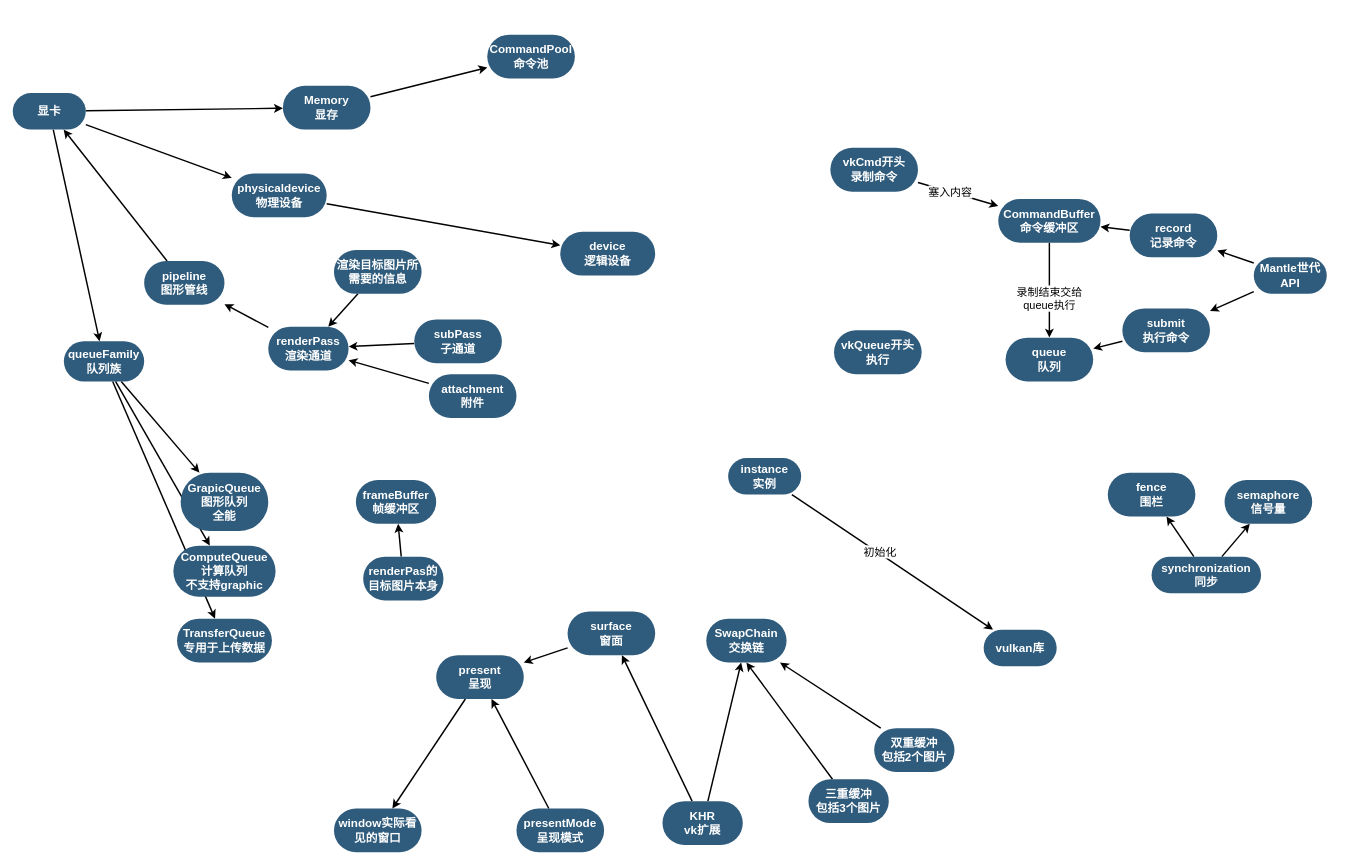
unphics/vulkan_tutorial_note keeps this draw.io diagram as LearningVulkan/LearningVulkan/vulkan.drawio. Above is the earlier version. Source tidied: cells renumbered, new cells numbered last; positions are measured from the earlier drawing's top-left corner, leaving out a move shared by most shapes. Both pictures are drawn from the tidied source at 73%, with x=0, y=0 at pixel (12, 34).
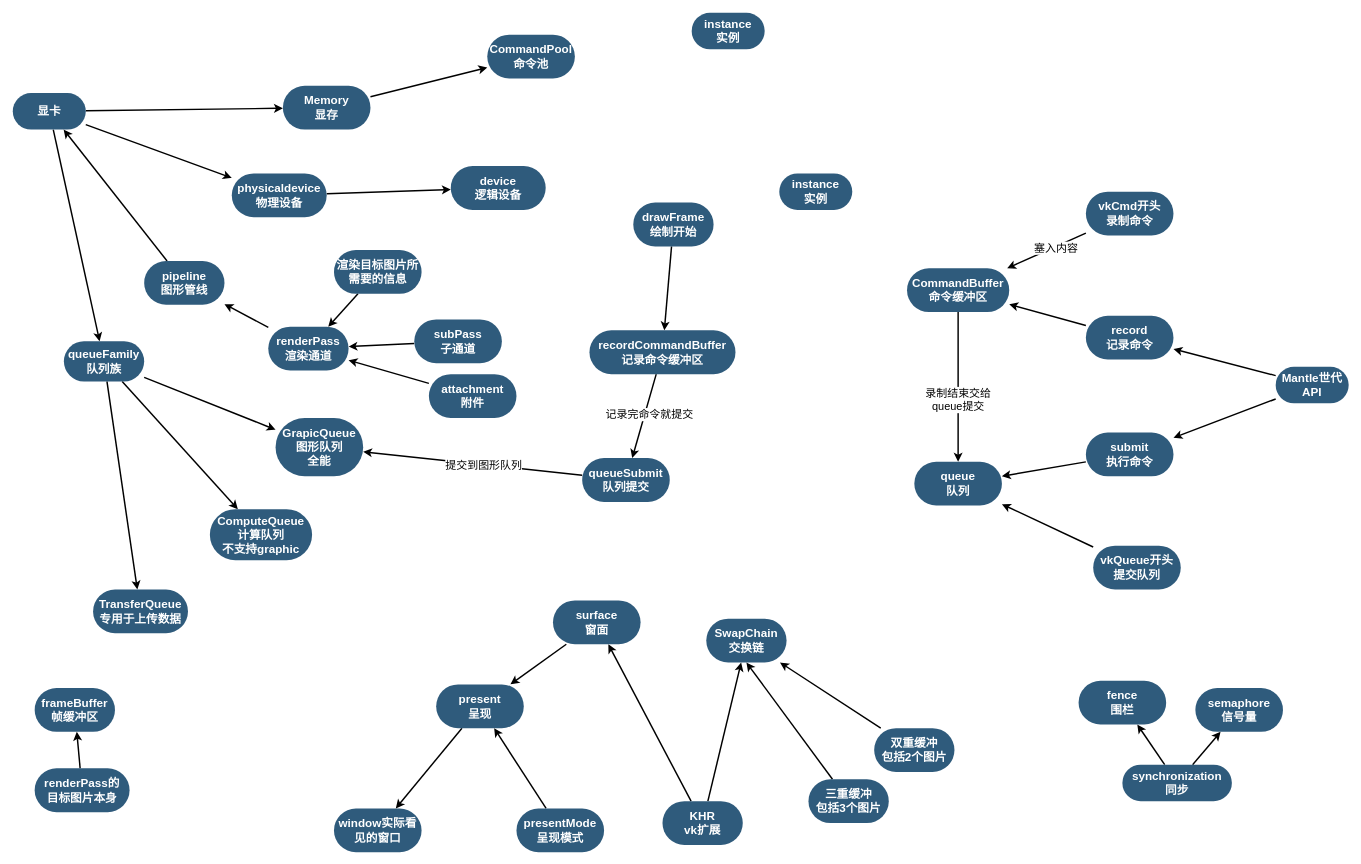
The same page after the edit.

The change refers to these unchanged cells:
```xml
<mxCell id="19" style="edgeStyle=none;rounded=0;jettySize=auto;html=1;fontSize=15;strokeWidth=2;" parent="1" edge="1" source="21" target="22">
  <mxGeometry relative="1" as="geometry" />
</mxCell>
```

Diff of the diagram source:
```diff
@@
-    <mxCell id="2" style="edgeStyle=none;rounded=0;jettySize=auto;html=1;strokeWidth=2;fontSize=15;" parent="1" edge="1" source="4" target="60">
-      <mxGeometry relative="1" as="geometry" />
-    </mxCell>
-    <mxCell id="3" value="初始化" style="edgeLabel;html=1;align=center;verticalAlign=middle;fontSize=15;" parent="2" vertex="1">
-      <mxGeometry x="-0.14" y="3" relative="1" as="geometry" />
-    </mxCell>
     <mxCell id="4" value="instance&lt;br&gt;实例" style="whiteSpace=wrap;html=1;fontSize=16;fillColor=#2F5B7C;strokeColor=none;fontColor=#FFFFFF;rounded=1;shadow=0;labelBackgroundColor=none;strokeWidth=3;fontStyle=1;spacing=5;arcSize=50;" parent="1" vertex="1">
-      <mxGeometry x="980" y="580" width="100" height="50" as="geometry" />
+      <mxGeometry x="930" y="-30" width="100" height="50" as="geometry" />
     </mxCell>
@@
     <mxCell id="7" value="synchronization&lt;br&gt;同步" style="whiteSpace=wrap;html=1;fontSize=16;fillColor=#2F5B7C;strokeColor=none;fontColor=#FFFFFF;rounded=1;shadow=0;labelBackgroundColor=none;strokeWidth=3;fontStyle=1;spacing=5;arcSize=50;" parent="1" vertex="1">
-      <mxGeometry x="1560" y="715" width="150" height="50" as="geometry" />
+      <mxGeometry x="1520" y="1000" width="150" height="50" as="geometry" />
     </mxCell>
     <mxCell id="8" value="fence&lt;br&gt;围栏" style="whiteSpace=wrap;html=1;fontSize=16;fillColor=#2F5B7C;strokeColor=none;fontColor=#FFFFFF;rounded=1;shadow=0;labelBackgroundColor=none;strokeWidth=3;fontStyle=1;spacing=5;arcSize=50;" parent="1" vertex="1">
-      <mxGeometry x="1500" y="600" width="120" height="60" as="geometry" />
+      <mxGeometry x="1460" y="885" width="120" height="60" as="geometry" />
     </mxCell>
     <mxCell id="9" value="semaphore&lt;br&gt;信号量" style="whiteSpace=wrap;html=1;fontSize=16;fillColor=#2F5B7C;strokeColor=none;fontColor=#FFFFFF;rounded=1;shadow=0;labelBackgroundColor=none;strokeWidth=3;fontStyle=1;spacing=5;arcSize=50;" parent="1" vertex="1">
-      <mxGeometry x="1660" y="610" width="120" height="60" as="geometry" />
+      <mxGeometry x="1620" y="895" width="120" height="60" as="geometry" />
     </mxCell>
@@
     <mxCell id="14" value="Mantle世代API" style="whiteSpace=wrap;html=1;fontSize=16;fillColor=#2F5B7C;strokeColor=none;fontColor=#FFFFFF;rounded=1;shadow=0;labelBackgroundColor=none;strokeWidth=3;fontStyle=1;spacing=5;arcSize=50;" parent="1" vertex="1">
-      <mxGeometry x="1700" y="305" width="100" height="50" as="geometry" />
+      <mxGeometry x="1730" y="455" width="100" height="50" as="geometry" />
     </mxCell>
@@
     <mxCell id="16" value="record&lt;br&gt;记录命令" style="whiteSpace=wrap;html=1;fontSize=16;fillColor=#2F5B7C;strokeColor=none;fontColor=#FFFFFF;rounded=1;shadow=0;labelBackgroundColor=none;strokeWidth=3;fontStyle=1;spacing=5;arcSize=50;" parent="1" vertex="1">
-      <mxGeometry x="1530" y="245" width="120" height="60" as="geometry" />
+      <mxGeometry x="1470" y="385" width="120" height="60" as="geometry" />
     </mxCell>
@@
     <mxCell id="18" value="submit&lt;br&gt;执行命令" style="whiteSpace=wrap;html=1;fontSize=16;fillColor=#2F5B7C;strokeColor=none;fontColor=#FFFFFF;rounded=1;shadow=0;labelBackgroundColor=none;strokeWidth=3;fontStyle=1;spacing=5;arcSize=50;" parent="1" vertex="1">
-      <mxGeometry x="1520" y="375" width="120" height="60" as="geometry" />
+      <mxGeometry x="1470" y="545" width="120" height="60" as="geometry" />
     </mxCell>
@@
-    <mxCell id="20" value="录制结束交给&lt;br&gt;queue执行" style="edgeLabel;html=1;align=center;verticalAlign=middle;fontSize=15;" parent="19" vertex="1">
+    <mxCell id="20" value="录制结束交给&lt;br&gt;queue提交" style="edgeLabel;html=1;align=center;verticalAlign=middle;fontSize=15;" parent="19" vertex="1">
       <mxGeometry x="0.16" y="-1" relative="1" as="geometry" />
     </mxCell>
     <mxCell id="21" value="CommandBuffer&lt;br&gt;命令缓冲区" style="whiteSpace=wrap;html=1;fontSize=16;fillColor=#2F5B7C;strokeColor=none;fontColor=#FFFFFF;rounded=1;shadow=0;labelBackgroundColor=none;strokeWidth=3;fontStyle=1;spacing=5;arcSize=50;" parent="1" vertex="1">
-      <mxGeometry x="1350" y="225" width="140" height="60" as="geometry" />
+      <mxGeometry x="1225" y="320" width="140" height="60" as="geometry" />
     </mxCell>
     <mxCell id="22" value="queue&lt;br&gt;队列" style="whiteSpace=wrap;html=1;fontSize=16;fillColor=#2F5B7C;strokeColor=none;fontColor=#FFFFFF;rounded=1;shadow=0;labelBackgroundColor=none;strokeWidth=3;fontStyle=1;spacing=5;arcSize=50;" parent="1" vertex="1">
-      <mxGeometry x="1360" y="415" width="120" height="60" as="geometry" />
+      <mxGeometry x="1235" y="585" width="120" height="60" as="geometry" />
     </mxCell>
@@
     <mxCell id="27" value="GrapicQueue&lt;br&gt;图形队列&lt;br&gt;全能" style="whiteSpace=wrap;html=1;fontSize=16;fillColor=#2F5B7C;strokeColor=none;fontColor=#FFFFFF;rounded=1;shadow=0;labelBackgroundColor=none;strokeWidth=3;fontStyle=1;spacing=5;arcSize=50;" parent="1" vertex="1">
-      <mxGeometry x="230" y="600" width="120" height="80" as="geometry" />
+      <mxGeometry x="360" y="525" width="120" height="80" as="geometry" />
     </mxCell>
     <mxCell id="28" value="ComputeQueue&lt;br&gt;计算队列&lt;br&gt;不支持graphic" style="whiteSpace=wrap;html=1;fontSize=16;fillColor=#2F5B7C;strokeColor=none;fontColor=#FFFFFF;rounded=1;shadow=0;labelBackgroundColor=none;strokeWidth=3;fontStyle=1;spacing=5;arcSize=50;" parent="1" vertex="1">
-      <mxGeometry x="220" y="700" width="140" height="70" as="geometry" />
+      <mxGeometry x="270" y="650" width="140" height="70" as="geometry" />
     </mxCell>
     <mxCell id="29" value="TransferQueue&lt;br&gt;专用于上传数据" style="whiteSpace=wrap;html=1;fontSize=16;fillColor=#2F5B7C;strokeColor=none;fontColor=#FFFFFF;rounded=1;shadow=0;labelBackgroundColor=none;strokeWidth=3;fontStyle=1;spacing=5;arcSize=50;" parent="1" vertex="1">
-      <mxGeometry x="225" y="800" width="130" height="60" as="geometry" />
+      <mxGeometry x="110" y="760" width="130" height="60" as="geometry" />
     </mxCell>
@@
     <mxCell id="32" value="vkCmd开头&lt;br&gt;录制命令" style="whiteSpace=wrap;html=1;fontSize=16;fillColor=#2F5B7C;strokeColor=none;fontColor=#FFFFFF;rounded=1;shadow=0;labelBackgroundColor=none;strokeWidth=3;fontStyle=1;spacing=5;arcSize=50;" parent="1" vertex="1">
-      <mxGeometry x="1120" y="155" width="120" height="60" as="geometry" />
+      <mxGeometry x="1470" y="215" width="120" height="60" as="geometry" />
     </mxCell>
+    <mxCell id="71" style="edgeStyle=none;rounded=0;jettySize=auto;html=1;strokeWidth=2;fontSize=15;" parent="1" edge="1" source="33" target="22">
+      <mxGeometry relative="1" as="geometry" />
+    </mxCell>
-    <mxCell id="33" value="vkQueue开头&lt;br&gt;执行" style="whiteSpace=wrap;html=1;fontSize=16;fillColor=#2F5B7C;strokeColor=none;fontColor=#FFFFFF;rounded=1;shadow=0;labelBackgroundColor=none;strokeWidth=3;fontStyle=1;spacing=5;arcSize=50;" parent="1" vertex="1">
-      <mxGeometry x="1125" y="405" width="120" height="60" as="geometry" />
+    <mxCell id="33" value="vkQueue开头&lt;br&gt;提交队列" style="whiteSpace=wrap;html=1;fontSize=16;fillColor=#2F5B7C;strokeColor=none;fontColor=#FFFFFF;rounded=1;shadow=0;labelBackgroundColor=none;strokeWidth=3;fontStyle=1;spacing=5;arcSize=50;" parent="1" vertex="1">
+      <mxGeometry x="1480" y="700" width="120" height="60" as="geometry" />
     </mxCell>
@@
     <mxCell id="46" value="frameBuffer&lt;br&gt;帧缓冲区" style="whiteSpace=wrap;html=1;fontSize=16;fillColor=#2F5B7C;strokeColor=none;fontColor=#FFFFFF;rounded=1;shadow=0;labelBackgroundColor=none;strokeWidth=3;fontStyle=1;spacing=5;arcSize=50;" parent="1" vertex="1">
-      <mxGeometry x="470" y="610" width="110" height="60" as="geometry" />
+      <mxGeometry x="30" y="895" width="110" height="60" as="geometry" />
     </mxCell>
@@
-    <mxCell id="48" value="renderPas的&lt;br&gt;目标图片本身" style="whiteSpace=wrap;html=1;fontSize=16;fillColor=#2F5B7C;strokeColor=none;fontColor=#FFFFFF;rounded=1;shadow=0;labelBackgroundColor=none;strokeWidth=3;fontStyle=1;spacing=5;arcSize=50;" parent="1" vertex="1">
-      <mxGeometry x="480" y="715" width="110" height="60" as="geometry" />
+    <mxCell id="48" value="renderPass的&lt;br&gt;目标图片本身" style="whiteSpace=wrap;html=1;fontSize=16;fillColor=#2F5B7C;strokeColor=none;fontColor=#FFFFFF;rounded=1;shadow=0;labelBackgroundColor=none;strokeWidth=3;fontStyle=1;spacing=5;arcSize=50;" parent="1" vertex="1">
+      <mxGeometry x="30" y="1005" width="130" height="60" as="geometry" />
     </mxCell>
@@
     <mxCell id="59" value="surface&lt;br&gt;窗面" style="whiteSpace=wrap;html=1;fontSize=16;fillColor=#2F5B7C;strokeColor=none;fontColor=#FFFFFF;rounded=1;shadow=0;labelBackgroundColor=none;strokeWidth=3;fontStyle=1;spacing=5;arcSize=50;" parent="1" vertex="1">
-      <mxGeometry x="760" y="790" width="120" height="60" as="geometry" />
+      <mxGeometry x="740" y="775" width="120" height="60" as="geometry" />
     </mxCell>
-    <mxCell id="60" value="vulkan库" style="whiteSpace=wrap;html=1;fontSize=16;fillColor=#2F5B7C;strokeColor=none;fontColor=#FFFFFF;rounded=1;shadow=0;labelBackgroundColor=none;strokeWidth=3;fontStyle=1;spacing=5;arcSize=50;" parent="1" vertex="1">
-      <mxGeometry x="1330" y="815" width="100" height="50" as="geometry" />
-    </mxCell>
@@
     <mxCell id="63" value="present&lt;br&gt;呈现" style="whiteSpace=wrap;html=1;fontSize=16;fillColor=#2F5B7C;strokeColor=none;fontColor=#FFFFFF;rounded=1;shadow=0;labelBackgroundColor=none;strokeWidth=3;fontStyle=1;spacing=5;arcSize=50;" parent="1" vertex="1">
-      <mxGeometry x="580" y="850" width="120" height="60" as="geometry" />
+      <mxGeometry x="580" y="890" width="120" height="60" as="geometry" />
     </mxCell>
@@
     <mxCell id="70" value="device&lt;br&gt;逻辑设备" style="whiteSpace=wrap;html=1;fontSize=16;fillColor=#2F5B7C;strokeColor=none;fontColor=#FFFFFF;rounded=1;shadow=0;labelBackgroundColor=none;strokeWidth=3;fontStyle=1;spacing=5;arcSize=50;" parent="1" vertex="1">
-      <mxGeometry x="750" y="270" width="130" height="60" as="geometry" />
+      <mxGeometry x="600" y="180" width="130" height="60" as="geometry" />
     </mxCell>
+    <mxCell id="72" value="instance&lt;br&gt;实例" style="whiteSpace=wrap;html=1;fontSize=16;fillColor=#2F5B7C;strokeColor=none;fontColor=#FFFFFF;rounded=1;shadow=0;labelBackgroundColor=none;strokeWidth=3;fontStyle=1;spacing=5;arcSize=50;" parent="1" vertex="1">
+      <mxGeometry x="1050" y="190" width="100" height="50" as="geometry" />
+    </mxCell>
+    <mxCell id="73" style="edgeStyle=none;rounded=0;jettySize=auto;html=1;strokeWidth=2;fontSize=15;" parent="1" edge="1" source="75" target="78">
+      <mxGeometry relative="1" as="geometry" />
+    </mxCell>
+    <mxCell id="74" value="记录完命令就提交" style="edgeLabel;html=1;align=center;verticalAlign=middle;fontSize=15;" parent="73" vertex="1">
+      <mxGeometry x="-0.41" relative="1" as="geometry">
+        <mxPoint y="21" as="offset" />
+      </mxGeometry>
+    </mxCell>
+    <mxCell id="75" value="recordCommandBuffer&lt;br&gt;记录命令缓冲区" style="whiteSpace=wrap;html=1;fontSize=16;fillColor=#2F5B7C;strokeColor=none;fontColor=#FFFFFF;rounded=1;shadow=0;labelBackgroundColor=none;strokeWidth=3;fontStyle=1;spacing=5;arcSize=50;" parent="1" vertex="1">
+      <mxGeometry x="790" y="405" width="200" height="60" as="geometry" />
+    </mxCell>
+    <mxCell id="76" style="edgeStyle=none;rounded=0;jettySize=auto;html=1;strokeWidth=2;fontSize=15;" parent="1" edge="1" source="78" target="27">
+      <mxGeometry relative="1" as="geometry" />
+    </mxCell>
+    <mxCell id="77" value="提交到图形队列" style="edgeLabel;html=1;align=center;verticalAlign=middle;fontSize=15;" parent="76" vertex="1">
+      <mxGeometry x="-0.1" y="1" relative="1" as="geometry">
+        <mxPoint y="-1" as="offset" />
+      </mxGeometry>
+    </mxCell>
+    <mxCell id="78" value="queueSubmit&lt;br&gt;队列提交" style="whiteSpace=wrap;html=1;fontSize=16;fillColor=#2F5B7C;strokeColor=none;fontColor=#FFFFFF;rounded=1;shadow=0;labelBackgroundColor=none;strokeWidth=3;fontStyle=1;spacing=5;arcSize=50;" parent="1" vertex="1">
+      <mxGeometry x="780" y="580" width="120" height="60" as="geometry" />
+    </mxCell>
+    <mxCell id="79" style="edgeStyle=none;rounded=0;jettySize=auto;html=1;strokeWidth=2;fontSize=15;" parent="1" edge="1" source="80" target="75">
+      <mxGeometry relative="1" as="geometry" />
+    </mxCell>
+    <mxCell id="80" value="drawFrame&lt;br&gt;绘制开始" style="whiteSpace=wrap;html=1;fontSize=16;fillColor=#2F5B7C;strokeColor=none;fontColor=#FFFFFF;rounded=1;shadow=0;labelBackgroundColor=none;strokeWidth=3;fontStyle=1;spacing=5;arcSize=50;" parent="1" vertex="1">
+      <mxGeometry x="850" y="230" width="110" height="60" as="geometry" />
+    </mxCell>
```
